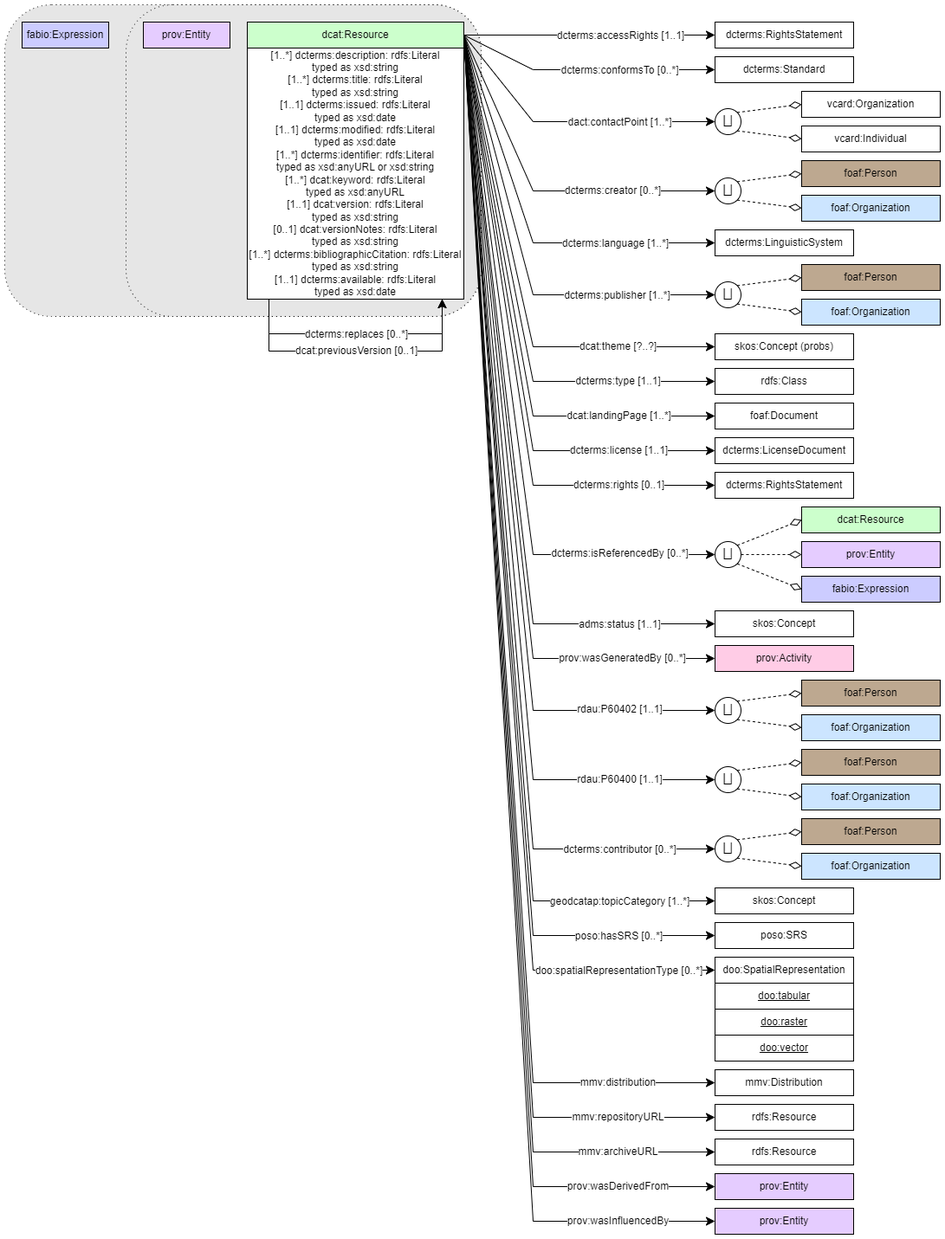
The draw.io diagram CEH-DCAT-AP/diagrams/dcat-resource.png in NERC-CEH/digital-objects-ontology, before a commit. Source tidied: cells renumbered, new cells last; positions are measured from the earlier drawing's top-left corner, leaving out a move shared by most shapes.
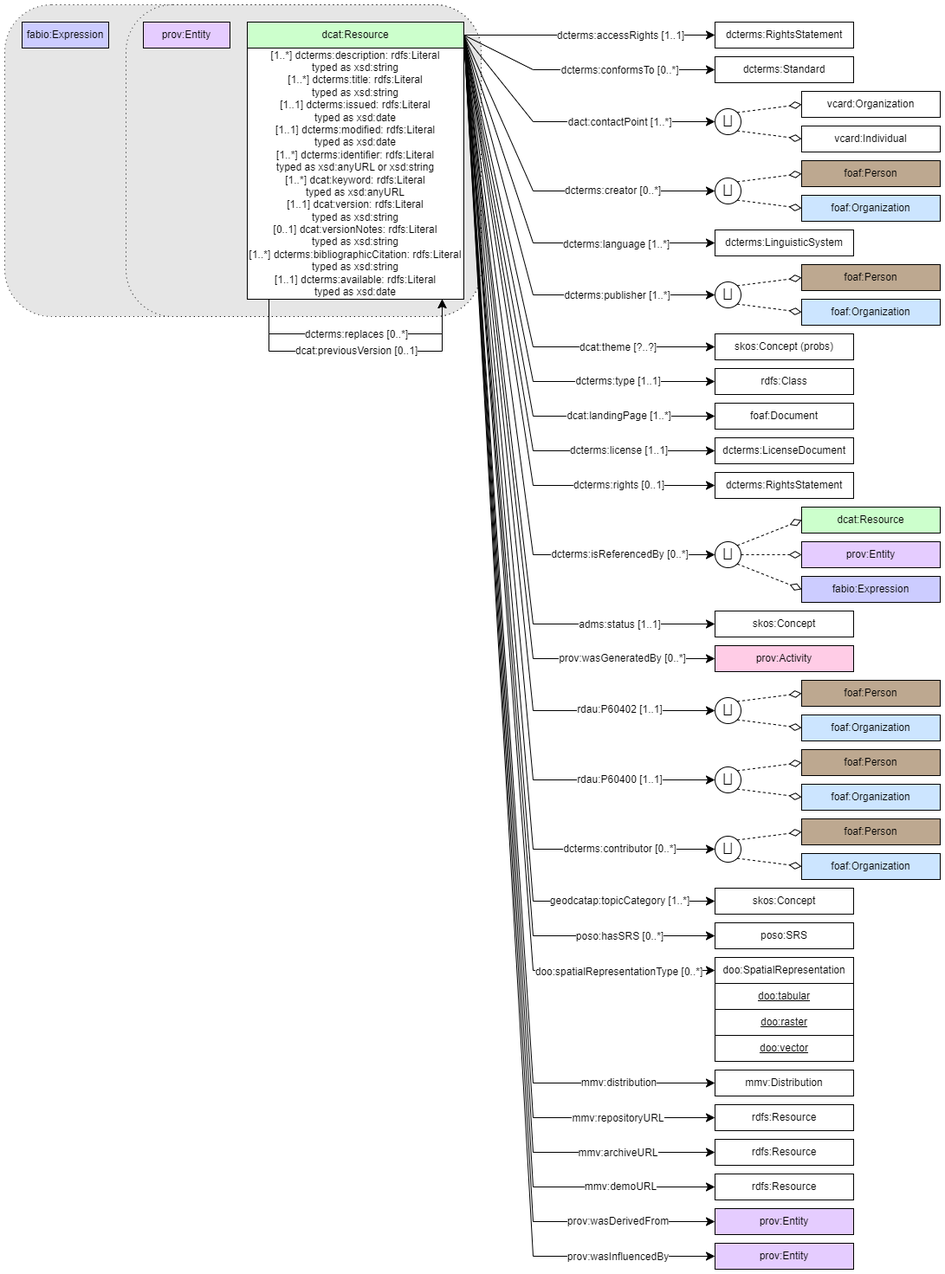
Later version of the same file.

Commit message:
added demoURL predicate from methods metadata vocabulary

The edit, as a diff of the source:
```diff
@@ -513,32 +513,47 @@
     <mxCell id="122" style="endArrow=classic;html=1;exitX=1;exitY=0.5;exitDx=0;exitDy=0;entryX=0;entryY=0.5;entryDx=0;entryDy=0;endSize=8;arcSize=0;rounded=0;" parent="1" edge="1" source="99" target="124">
       <mxGeometry relative="1" as="geometry">
         <Array as="points">
-          <mxPoint x="610" y="1365" />
+          <mxPoint x="610" y="1405" />
         </Array>
       </mxGeometry>
     </mxCell>
     <mxCell id="123" value="&lt;div&gt;prov:wasDerivedFrom&lt;/div&gt;" style="text;html=1;align=center;verticalAlign=middle;labelBackgroundColor=#ffffff;" parent="122" vertex="1">
       <mxGeometry x="-0.13" relative="1" as="geometry">
-        <mxPoint x="137" y="658" as="offset" />
+        <mxPoint x="137" y="680" as="offset" />
       </mxGeometry>
     </mxCell>
     <mxCell id="124" value="prov:Entity" style="rounded=0;whiteSpace=wrap;html=1;snapToPoint=1;points=[[0.1,0],[0.2,0],[0.3,0],[0.4,0],[0.5,0],[0.6,0],[0.7,0],[0.8,0],[0.9,0],[0,0.1],[0,0.3],[0,0.5],[0,0.7],[0,0.9],[0.1,1],[0.2,1],[0.3,1],[0.4,1],[0.5,1],[0.6,1],[0.7,1],[0.8,1],[0.9,1],[1,0.1],[1,0.3],[1,0.5],[1,0.7],[1,0.9]];fillColor=#E5CCFF;" parent="1" vertex="1">
-      <mxGeometry x="820" y="1350" width="160" height="30" as="geometry" />
+      <mxGeometry x="820" y="1390" width="160" height="30" as="geometry" />
     </mxCell>
     <mxCell id="125" style="endArrow=classic;html=1;exitX=1;exitY=0.5;exitDx=0;exitDy=0;entryX=0;entryY=0.5;entryDx=0;entryDy=0;endSize=8;arcSize=0;rounded=0;" parent="1" edge="1" source="99" target="127">
       <mxGeometry relative="1" as="geometry">
         <Array as="points">
-          <mxPoint x="610" y="1405" />
+          <mxPoint x="610" y="1445" />
         </Array>
       </mxGeometry>
     </mxCell>
     <mxCell id="126" value="&lt;div&gt;prov:wasInfluencedBy&lt;/div&gt;" style="text;html=1;align=center;verticalAlign=middle;labelBackgroundColor=#ffffff;" parent="125" vertex="1">
       <mxGeometry x="-0.13" relative="1" as="geometry">
-        <mxPoint x="137" y="680" as="offset" />
+        <mxPoint x="137" y="703" as="offset" />
       </mxGeometry>
     </mxCell>
     <mxCell id="127" value="prov:Entity" style="rounded=0;whiteSpace=wrap;html=1;snapToPoint=1;points=[[0.1,0],[0.2,0],[0.3,0],[0.4,0],[0.5,0],[0.6,0],[0.7,0],[0.8,0],[0.9,0],[0,0.1],[0,0.3],[0,0.5],[0,0.7],[0,0.9],[0.1,1],[0.2,1],[0.3,1],[0.4,1],[0.5,1],[0.6,1],[0.7,1],[0.8,1],[0.9,1],[1,0.1],[1,0.3],[1,0.5],[1,0.7],[1,0.9]];fillColor=#E5CCFF;" parent="1" vertex="1">
-      <mxGeometry x="820" y="1390" width="160" height="30" as="geometry" />
+      <mxGeometry x="820" y="1430" width="160" height="30" as="geometry" />
     </mxCell>
+    <mxCell id="128" style="endArrow=classic;html=1;exitX=1;exitY=0.5;exitDx=0;exitDy=0;entryX=0;entryY=0.5;entryDx=0;entryDy=0;endSize=8;arcSize=0;rounded=0;" parent="1" edge="1" source="99" target="130">
+      <mxGeometry relative="1" as="geometry">
+        <Array as="points">
+          <mxPoint x="610" y="1365" />
+        </Array>
+      </mxGeometry>
+    </mxCell>
+    <mxCell id="129" value="&lt;div&gt;mmv:demoURL&lt;/div&gt;" style="text;html=1;align=center;verticalAlign=middle;labelBackgroundColor=#ffffff;" parent="128" vertex="1">
+      <mxGeometry x="-0.13" relative="1" as="geometry">
+        <mxPoint x="140" y="658" as="offset" />
+      </mxGeometry>
+    </mxCell>
+    <mxCell id="130" value="rdfs:Resource" style="rounded=0;whiteSpace=wrap;html=1;snapToPoint=1;points=[[0.1,0],[0.2,0],[0.3,0],[0.4,0],[0.5,0],[0.6,0],[0.7,0],[0.8,0],[0.9,0],[0,0.1],[0,0.3],[0,0.5],[0,0.7],[0,0.9],[0.1,1],[0.2,1],[0.3,1],[0.4,1],[0.5,1],[0.6,1],[0.7,1],[0.8,1],[0.9,1],[1,0.1],[1,0.3],[1,0.5],[1,0.7],[1,0.9]];" parent="1" vertex="1">
+      <mxGeometry x="820" y="1350" width="160" height="30" as="geometry" />
+    </mxCell>
   </root>
 </mxGraphModel>
```
